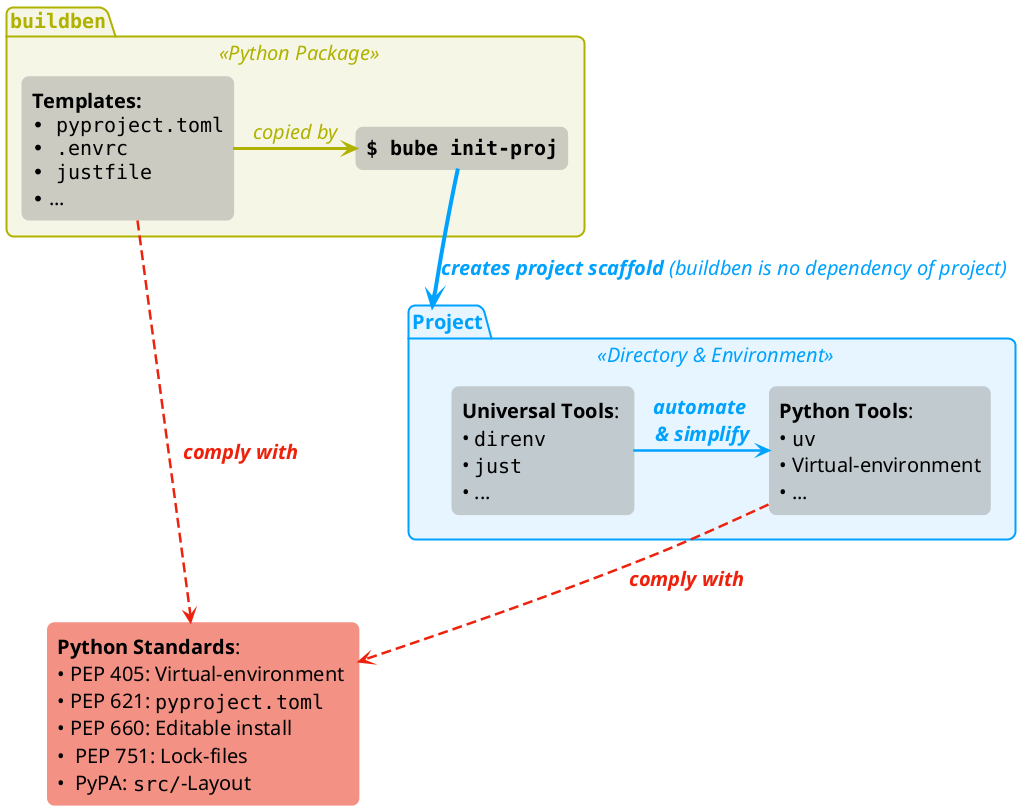
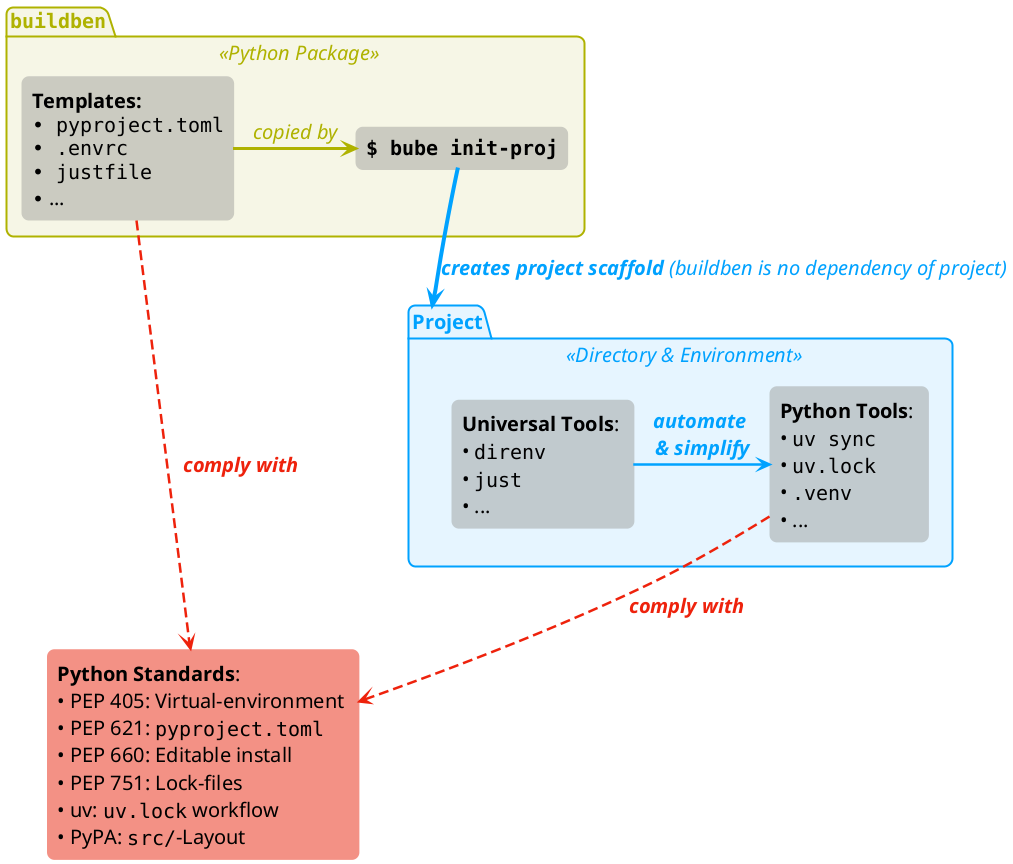
@startuml
' === Global look & feel =============


' === Global look & feel =============
skinparam defaultFontSize 20
' skinparam BackgroundColor #00000010
skinparam BackgroundColor transparent
allow_mixing

' ======================================
skinparam package {
    RoundCorner 15
    BorderThickness 2
    BackgroundColor #00A2FF19
    BorderColor #00A2FF
    FontColor   #00A2FF
}
skinparam package<<Global Environment>><<Python Package>> {
    BackgroundColor #afb20019
    BorderColor #afb200ff
    FontColor   #afb200ff
}

' =======================================

skinparam rectangle {
  Shadowing false
  BorderColor none
  BackgroundColor #99999977
  RoundCorner 15
}

skinparam class {
    BackgroundColor #99999977
    BorderColor     #444444
    BorderThickness 1
    FontStyle bold
    RoundCorner 15
}


<style>
arrow {
    LineThickness 3
}
</style>



package """buildben""" as BB <<Python Package>> {
  ' rectangle "**""init-database""**" as BBdb <<Module>>
  ' rectangle "**""add-experiment""**" as BBexp <<Module>>
  ' rectangle "**""env-snapshot""**" as BBenvsnap <<Module>>
  rectangle "**Templates:**\n""• pyproject.toml""\n""• .envrc""\n""• justfile""\n""•"" ..." as TEMP
  rectangle "**""$ bube init-proj""**" as BBinitcli

}
<style>
arrow {
    FontStyle italic
    LineColor #afb200ff
    FontColor   #afb200ff
}
</style>

BBinitcli <-left- TEMP : copied by


package "Project" as P <<Directory & Environment>>{

-   rectangle "**Python Tools**: \n• ""uv"" \n• Virtual-environment\n• ..." as PyTools
+   rectangle "**Python Tools**: \n• ""uv sync"" \n• ""uv.lock""\n• "".venv""\n• ..." as PyTools
  rectangle "**Universal Tools**: \n• ""direnv""\n• ""just""\n• ..." as Tools
}

- rectangle "**Python Standards**: \n• PEP 405: Virtual-environment \n• PEP 621: ""pyproject.toml""\n• PEP 660: Editable install\n•  PEP 751: Lock-files\n•  PyPA: ""src/""-Layout" as Standards  #f27f72dc
+ rectangle "**Python Standards**: \n• PEP 405: Virtual-environment \n• PEP 621: ""pyproject.toml""\n• PEP 660: Editable install\n• PEP 751: Lock-files\n• uv: ""uv.lock"" workflow\n• PyPA: ""src/""-Layout" as Standards  #f27f72dc


<style>
arrow {
    LineColor #00A2FF
    LineThickness 2.5
    FontColor #00A2FF
    FontStyle italic
}
</style>

BBinitcli -[thickness=4]-> P : **creates project scaffold** (buildben is no dependency of project)

Tools -right-> PyTools : **automate** \n**& simplify**

<style>
arrow {
    LineStyle 10-5
    LineColor #EE220C
    FontColor #EE220C
}
</style>
PyTools --> Standards : **comply with**
TEMP --> Standards : **comply with**


@enduml
